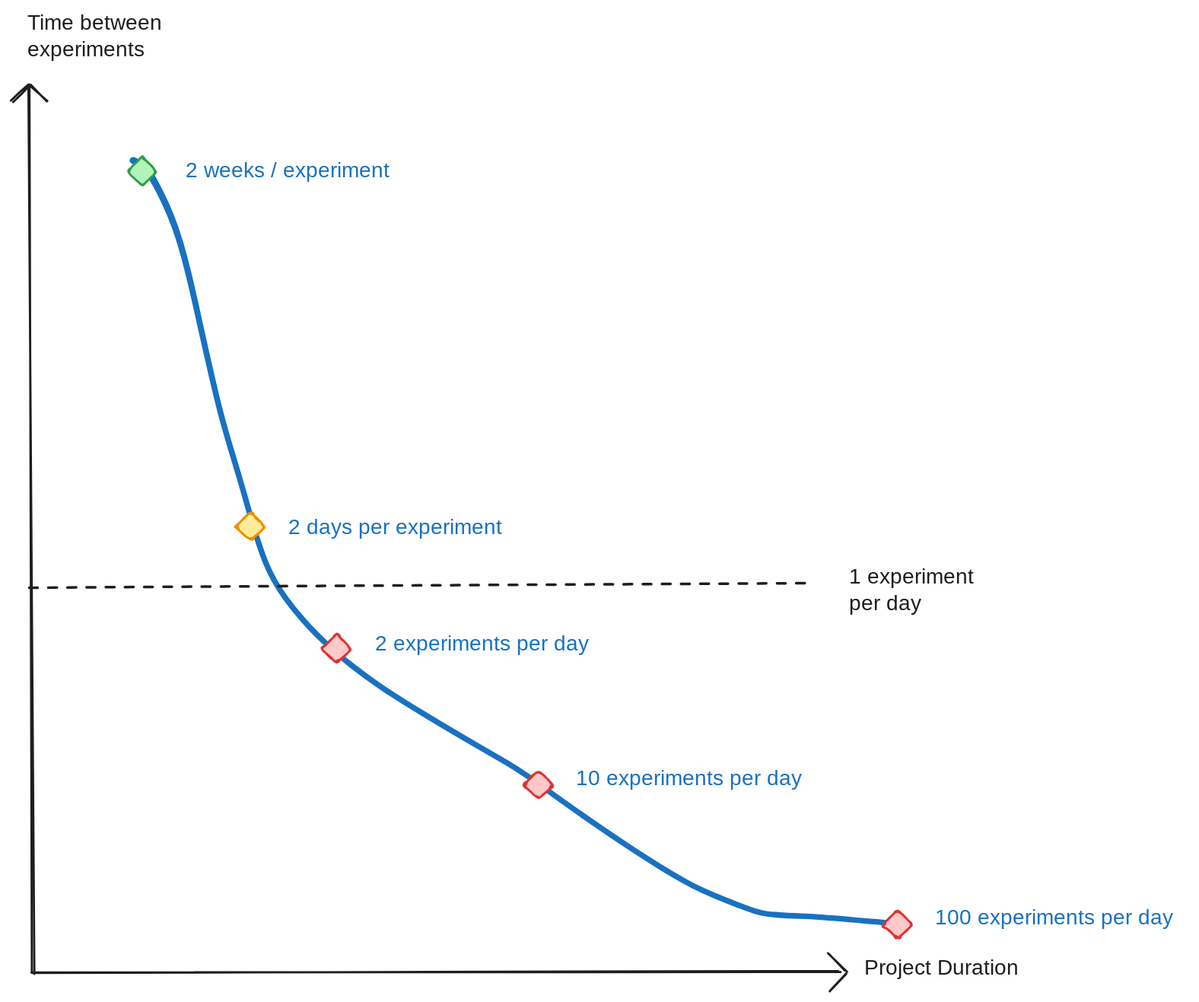
Earlier version of the Excalidraw export docs/src/assets/img/infra_intro/speed.excalidraw.svg (everycure-org/matrix). Source tidied: one line per element, renumbered; positions are measured from the earlier drawing's top-left corner, leaving out a move shared by most shapes. Source of this version:
```json
{"id": 0, "type": "line", "strokeColor": "#1e1e1e", "strokeWidth": 2, "roughness": 1, "round": true, "x": 15, "y": 71, "width": 4, "height": 833, "points": [[0, 0], [4, 833]]}
{"id": 1, "type": "line", "strokeColor": "#1e1e1e", "strokeWidth": 2, "roughness": 1, "round": true, "x": 18, "y": 903, "width": 758, "height": 0, "points": [[0, 0], [758, 0]]}
{"id": 2, "type": "text", "text": "Time between \nexperiments", "strokeColor": "#1e1e1e", "strokeWidth": 2, "roughness": 1, "fontSize": 20, "fontFamily": 1, "x": 14, "y": 0, "width": 140, "height": 50}
{"id": 3, "type": "freedraw", "strokeColor": "#1971c2", "strokeWidth": 2, "roughness": 1, "x": 114, "y": 141, "width": 747, "height": 719, "points": [[0, 0], [1, 0], [4, 1], [9, 5], [15, 11], [22, 20], [38, 55], [48, 82], [55, 112], [62, 147], [69, 184], [77, 218], [82, 238], [88, 260], [95, 281], [101, 300], [106, 319], [110, 333], [113, 345], [119, 363], [125, 382], [133, 398], [144, 415], [161, 435], [180, 455], [208, 479], [240, 502], [273, 522], [339, 559], [369, 576], [379, 583], [406, 603], [430, 621], [478, 653], [504, 670], [527, 683], [549, 694], [587, 707], [594, 709], [598, 709], [608, 709], [622, 710], [665, 711], [747, 719], [747, 719]]}
{"id": 4, "type": "text", "text": "2 weeks / experiment", "strokeColor": "#1971c2", "strokeWidth": 2, "roughness": 1, "fontSize": 20, "fontFamily": 1, "x": 163, "y": 138, "width": 209, "height": 25}
{"id": 5, "type": "diamond", "strokeColor": "#2f9e44", "backgroundColor": "#b2f2bb", "fillStyle": "solid", "strokeWidth": 2, "roughness": 1, "round": true, "x": 108, "y": 137, "width": 28, "height": 27}
{"id": 6, "type": "diamond", "strokeColor": "#f08c00", "backgroundColor": "#ffec99", "fillStyle": "solid", "strokeWidth": 2, "roughness": 1, "round": true, "x": 210, "y": 471, "width": 28, "height": 27}
{"id": 7, "type": "diamond", "strokeColor": "#e03131", "backgroundColor": "#ffc9c9", "fillStyle": "solid", "strokeWidth": 2, "roughness": 1, "round": true, "x": 291, "y": 585, "width": 28, "height": 27}
{"id": 8, "type": "diamond", "strokeColor": "#e03131", "backgroundColor": "#ffc9c9", "fillStyle": "solid", "strokeWidth": 2, "roughness": 1, "round": true, "x": 818, "y": 844, "width": 28, "height": 27}
{"id": 9, "type": "text", "text": "2 days per experiment", "strokeColor": "#1971c2", "strokeWidth": 2, "roughness": 1, "fontSize": 20, "fontFamily": 1, "x": 259, "y": 474, "width": 219, "height": 25}
{"id": 10, "type": "text", "text": "2 experiments per day", "strokeColor": "#1971c2", "strokeWidth": 2, "roughness": 1, "fontSize": 20, "fontFamily": 1, "x": 341, "y": 583, "width": 219, "height": 25}
{"id": 11, "type": "text", "text": "100 experiments per day", "strokeColor": "#1971c2", "strokeWidth": 2, "roughness": 1, "fontSize": 20, "fontFamily": 1, "x": 867, "y": 840, "width": 237, "height": 25}
{"id": 12, "type": "diamond", "strokeColor": "#e03131", "backgroundColor": "#ffc9c9", "fillStyle": "solid", "strokeWidth": 2, "roughness": 1, "round": true, "x": 480, "y": 713, "width": 28, "height": 27}
{"id": 13, "type": "text", "text": "10 experiments per day", "strokeColor": "#1971c2", "strokeWidth": 2, "roughness": 1, "fontSize": 20, "fontFamily": 1, "x": 529, "y": 709, "width": 224, "height": 25}
{"id": 14, "type": "line", "strokeColor": "#1e1e1e", "backgroundColor": "#ffec99", "fillStyle": "solid", "strokeWidth": 2, "roughness": 1, "round": true, "x": 767, "y": 887, "width": 15, "height": 15, "points": [[0, 0], [15, 15]]}
{"id": 15, "type": "line", "strokeColor": "#1e1e1e", "backgroundColor": "#ffec99", "fillStyle": "solid", "strokeWidth": 2, "roughness": 1, "round": true, "x": 768, "y": 920, "width": 14, "height": 16, "points": [[0, 0], [14, -16]]}
{"id": 16, "type": "line", "strokeColor": "#1e1e1e", "angle": 4.75, "backgroundColor": "#ffec99", "fillStyle": "solid", "strokeWidth": 2, "roughness": 1, "round": true, "x": 0, "y": 70, "width": 15, "height": 15, "points": [[0, 0], [15, 15]]}
{"id": 17, "type": "line", "strokeColor": "#1e1e1e", "angle": 4.75, "backgroundColor": "#ffec99", "fillStyle": "solid", "strokeWidth": 2, "roughness": 1, "round": true, "x": 18, "y": 86, "width": 14, "height": 16, "points": [[0, 0], [14, -16]]}
{"id": 18, "type": "text", "text": "Project Duration", "strokeColor": "#1e1e1e", "strokeWidth": 2, "roughness": 1, "fontSize": 20, "fontFamily": 1, "x": 800, "y": 887, "width": 167, "height": 25}
{"id": 19, "type": "line", "strokeColor": "#1e1e1e", "strokeWidth": 2, "strokeStyle": "dashed", "roughness": 1, "round": true, "x": 17, "y": 543, "width": 735, "height": 5, "points": [[0, 0], [735, -5]]}
{"id": 20, "type": "text", "text": "1 experiment\nper day", "strokeColor": "#1e1e1e", "strokeWidth": 2, "roughness": 1, "fontSize": 20, "fontFamily": 1, "x": 786, "y": 520, "width": 116, "height": 50}
```
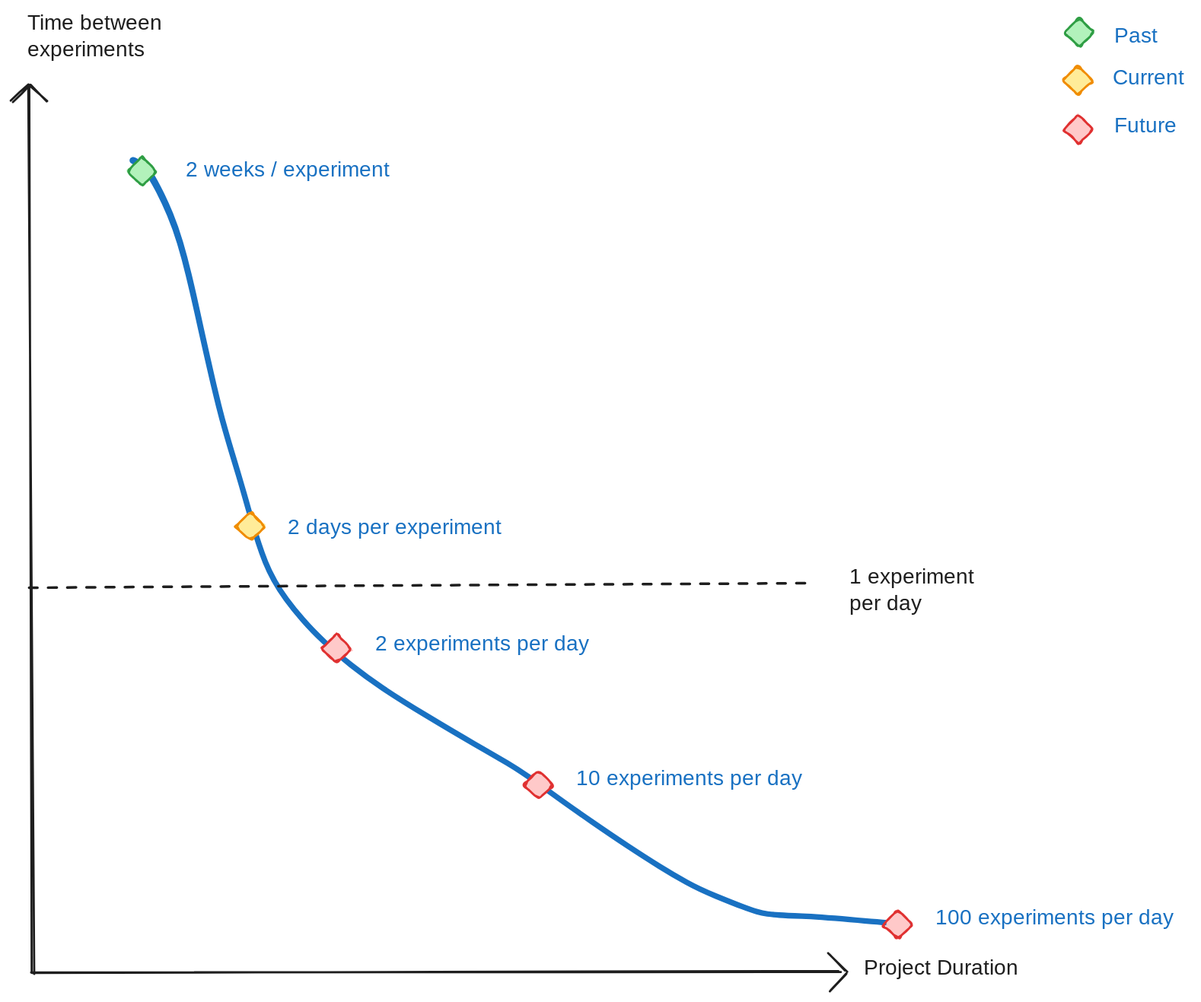
The same file after the commit.

What changed in the source:
```diff
@@ -4,7 +4,7 @@
 {"id": 3, "type": "freedraw", "strokeColor": "#1971c2", "strokeWidth": 2, "roughness": 1, "x": 114, "y": 141, "width": 747, "height": 719, "points": [[0, 0], [1, 0], [4, 1], [9, 5], [15, 11], [22, 20], [38, 55], [48, 82], [55, 112], [62, 147], [69, 184], [77, 218], [82, 238], [88, 260], [95, 281], [101, 300], [106, 319], [110, 333], [113, 345], [119, 363], [125, 382], [133, 398], [144, 415], [161, 435], [180, 455], [208, 479], [240, 502], [273, 522], [339, 559], [369, 576], [379, 583], [406, 603], [430, 621], [478, 653], [504, 670], [527, 683], [549, 694], [587, 707], [594, 709], [598, 709], [608, 709], [622, 710], [665, 711], [747, 719], [747, 719]]}
 {"id": 4, "type": "text", "text": "2 weeks / experiment", "strokeColor": "#1971c2", "strokeWidth": 2, "roughness": 1, "fontSize": 20, "fontFamily": 1, "x": 163, "y": 138, "width": 209, "height": 25}
 {"id": 5, "type": "diamond", "strokeColor": "#2f9e44", "backgroundColor": "#b2f2bb", "fillStyle": "solid", "strokeWidth": 2, "roughness": 1, "round": true, "x": 108, "y": 137, "width": 28, "height": 27}
-{"id": 6, "type": "diamond", "strokeColor": "#f08c00", "backgroundColor": "#ffec99", "fillStyle": "solid", "strokeWidth": 2, "roughness": 1, "round": true, "x": 210, "y": 471, "width": 28, "height": 27}
+{"id": 6, "type": "diamond", "strokeColor": "#f08c00", "backgroundColor": "#ffec99", "fillStyle": "solid", "strokeWidth": 2, "roughness": 1, "round": true, "x": 210, "y": 470, "width": 28, "height": 27}
 {"id": 7, "type": "diamond", "strokeColor": "#e03131", "backgroundColor": "#ffc9c9", "fillStyle": "solid", "strokeWidth": 2, "roughness": 1, "round": true, "x": 291, "y": 585, "width": 28, "height": 27}
 {"id": 8, "type": "diamond", "strokeColor": "#e03131", "backgroundColor": "#ffc9c9", "fillStyle": "solid", "strokeWidth": 2, "roughness": 1, "round": true, "x": 818, "y": 844, "width": 28, "height": 27}
 {"id": 9, "type": "text", "text": "2 days per experiment", "strokeColor": "#1971c2", "strokeWidth": 2, "roughness": 1, "fontSize": 20, "fontFamily": 1, "x": 259, "y": 474, "width": 219, "height": 25}
@@ -19,3 +19,9 @@
 {"id": 18, "type": "text", "text": "Project Duration", "strokeColor": "#1e1e1e", "strokeWidth": 2, "roughness": 1, "fontSize": 20, "fontFamily": 1, "x": 800, "y": 887, "width": 167, "height": 25}
 {"id": 19, "type": "line", "strokeColor": "#1e1e1e", "strokeWidth": 2, "strokeStyle": "dashed", "roughness": 1, "round": true, "x": 17, "y": 543, "width": 735, "height": 5, "points": [[0, 0], [735, -5]]}
 {"id": 20, "type": "text", "text": "1 experiment\nper day", "strokeColor": "#1e1e1e", "strokeWidth": 2, "roughness": 1, "fontSize": 20, "fontFamily": 1, "x": 786, "y": 520, "width": 116, "height": 50}
+{"id": 21, "type": "diamond", "strokeColor": "#f08c00", "backgroundColor": "#ffec99", "fillStyle": "solid", "strokeWidth": 2, "roughness": 1, "round": true, "x": 986, "y": 52, "width": 28, "height": 27}
+{"id": 22, "type": "text", "text": "Current", "strokeColor": "#1971c2", "strokeWidth": 2, "roughness": 1, "fontSize": 20, "fontFamily": 1, "x": 1033, "y": 52, "width": 73, "height": 25}
+{"id": 23, "type": "diamond", "strokeColor": "#2f9e44", "backgroundColor": "#b2f2bb", "fillStyle": "solid", "strokeWidth": 2, "roughness": 1, "round": true, "x": 988, "y": 7, "width": 28, "height": 27}
+{"id": 24, "type": "diamond", "strokeColor": "#e03131", "backgroundColor": "#ffc9c9", "fillStyle": "solid", "strokeWidth": 2, "roughness": 1, "round": true, "x": 987, "y": 98, "width": 28, "height": 27}
+{"id": 25, "type": "text", "text": "Past", "strokeColor": "#1971c2", "strokeWidth": 2, "roughness": 1, "fontSize": 20, "fontFamily": 1, "x": 1035, "y": 12, "width": 49, "height": 25}
+{"id": 26, "type": "text", "text": "Future", "strokeColor": "#1971c2", "strokeWidth": 2, "roughness": 1, "fontSize": 20, "fontFamily": 1, "x": 1035, "y": 96, "width": 65, "height": 25}
```
